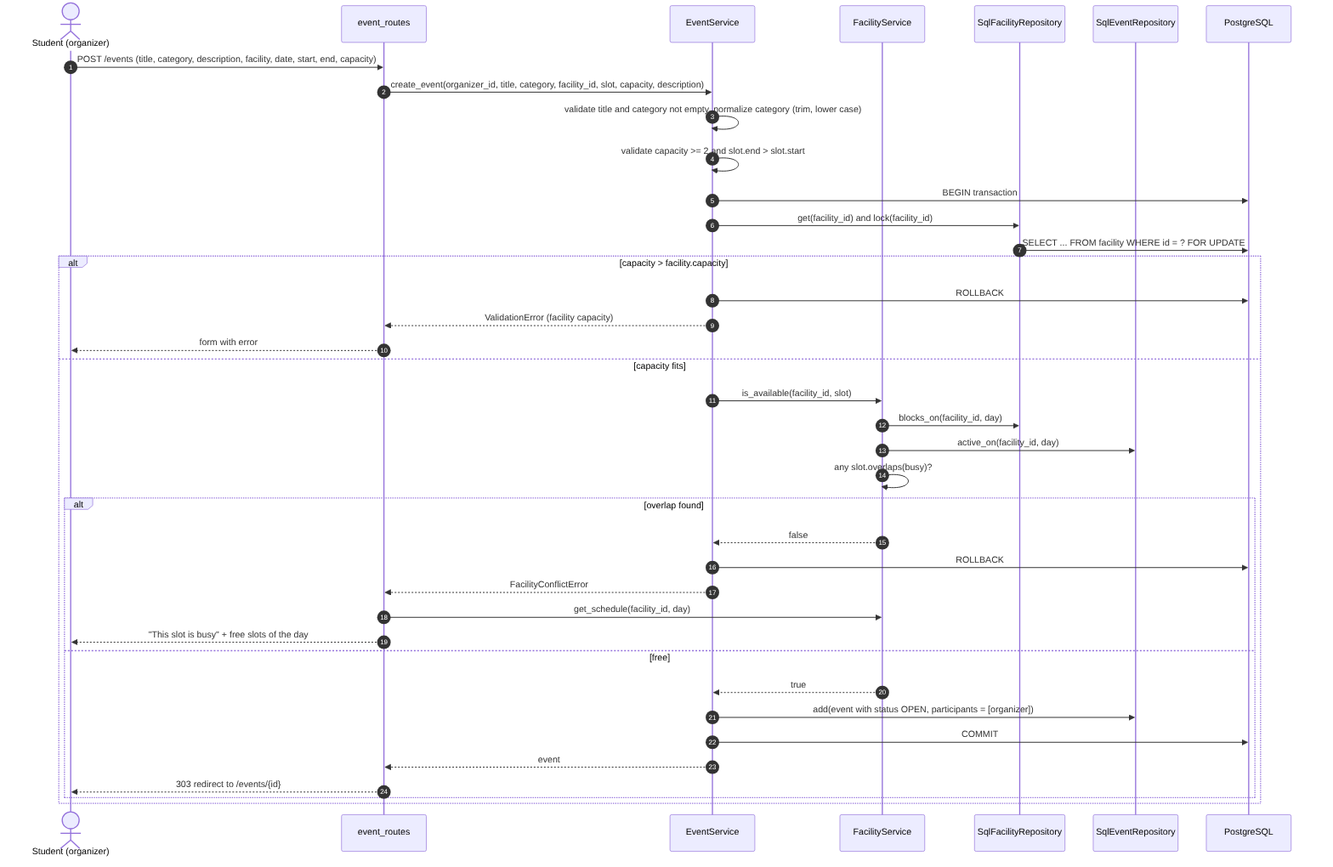
Above: docs/design/sequence/uc04_uc07_create_event.png in emir-heval-arda-harun/CMPE-331-project (Mermaid), before the change. Its source is kept beside it as docs/design/sequence/uc04_uc07_create_event.mmd.
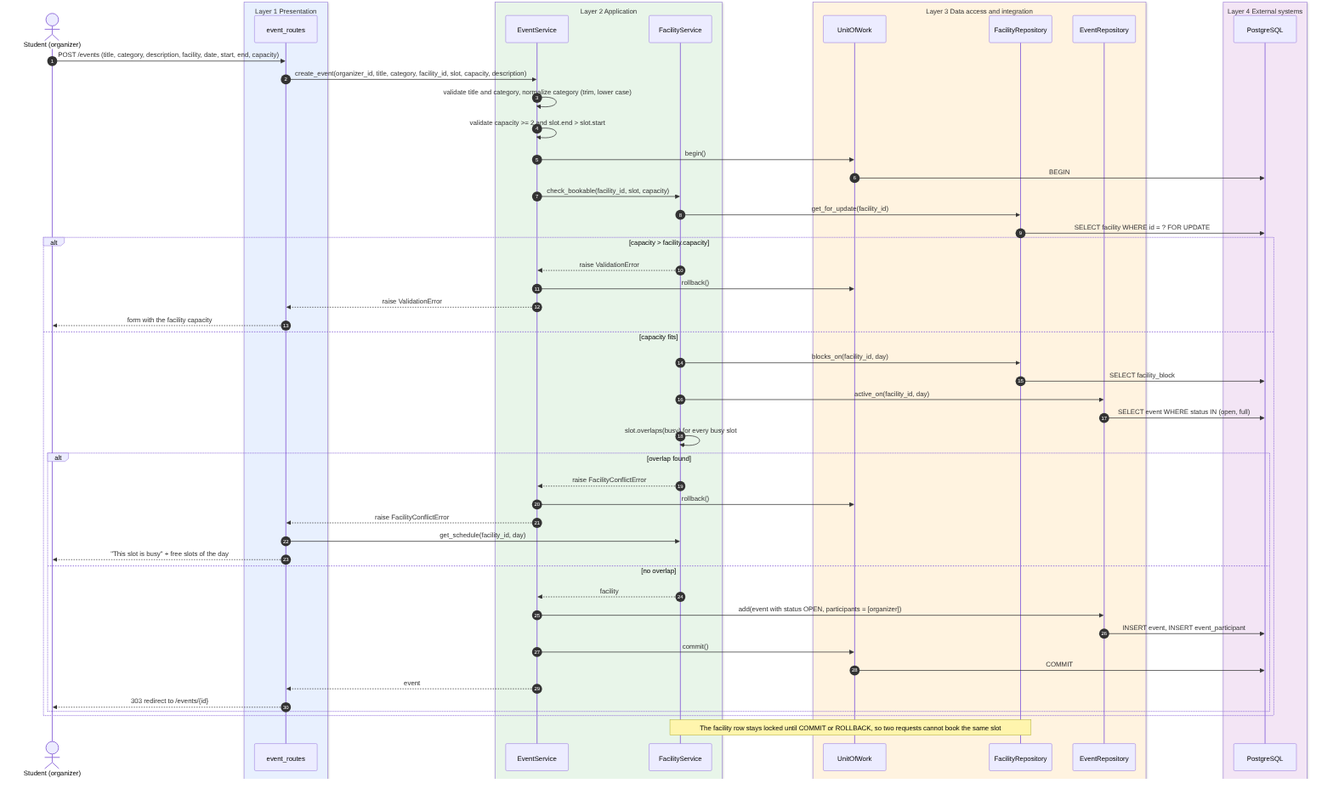
The same diagram one commit later.

Change to the diagram source:
```diff
@@ -1,40 +1,56 @@
 sequenceDiagram
     autonumber
     actor S as Student (organizer)
-    participant R as event_routes
-    participant E as EventService
-    participant F as FacilityService
-    participant FR as SqlFacilityRepository
-    participant ER as SqlEventRepository
-    participant DB as PostgreSQL
+    box rgb(232,240,254) Layer 1 Presentation
+        participant R as event_routes
+    end
+    box rgb(232,245,233) Layer 2 Application
+        participant E as EventService
+        participant F as FacilityService
+    end
+    box rgb(255,243,224) Layer 3 Data access and integration
+        participant W as UnitOfWork
+        participant FR as FacilityRepository
+        participant ER as EventRepository
+    end
+    box rgb(243,229,245) Layer 4 External systems
+        participant DB as PostgreSQL
+    end
 
     S->>R: POST /events (title, category, description, facility, date, start, end, capacity)
     R->>E: create_event(organizer_id, title, category, facility_id, slot, capacity, description)
-    E->>E: validate title and category not empty, normalize category (trim, lower case)
+    E->>E: validate title and category, normalize category (trim, lower case)
     E->>E: validate capacity >= 2 and slot.end > slot.start
-    E->>DB: BEGIN transaction
-    E->>FR: get(facility_id) and lock(facility_id)
-    FR->>DB: SELECT ... FROM facility WHERE id = ? FOR UPDATE
+    E->>W: begin()
+    W->>DB: BEGIN
+    E->>F: check_bookable(facility_id, slot, capacity)
+    F->>FR: get_for_update(facility_id)
+    FR->>DB: SELECT facility WHERE id = ? FOR UPDATE
     alt capacity > facility.capacity
-        E->>DB: ROLLBACK
-        E-->>R: ValidationError (facility capacity)
-        R-->>S: form with error
+        F-->>E: raise ValidationError
+        E->>W: rollback()
+        E-->>R: raise ValidationError
+        R-->>S: form with the facility capacity
     else capacity fits
-        E->>F: is_available(facility_id, slot)
         F->>FR: blocks_on(facility_id, day)
+        FR->>DB: SELECT facility_block
         F->>ER: active_on(facility_id, day)
-        F->>F: any slot.overlaps(busy)?
+        ER->>DB: SELECT event WHERE status IN (open, full)
+        F->>F: slot.overlaps(busy) for every busy slot
         alt overlap found
-            F-->>E: false
-            E->>DB: ROLLBACK
-            E-->>R: FacilityConflictError
+            F-->>E: raise FacilityConflictError
+            E->>W: rollback()
+            E-->>R: raise FacilityConflictError
             R->>F: get_schedule(facility_id, day)
             R-->>S: "This slot is busy" + free slots of the day
-        else free
-            F-->>E: true
+        else no overlap
+            F-->>E: facility
             E->>ER: add(event with status OPEN, participants = [organizer])
-            E->>DB: COMMIT
+            ER->>DB: INSERT event, INSERT event_participant
+            E->>W: commit()
+            W->>DB: COMMIT
             E-->>R: event
             R-->>S: 303 redirect to /events/{id}
         end
     end
+    Note over F,FR: The facility row stays locked until COMMIT or ROLLBACK, so two requests cannot book the same slot
```
